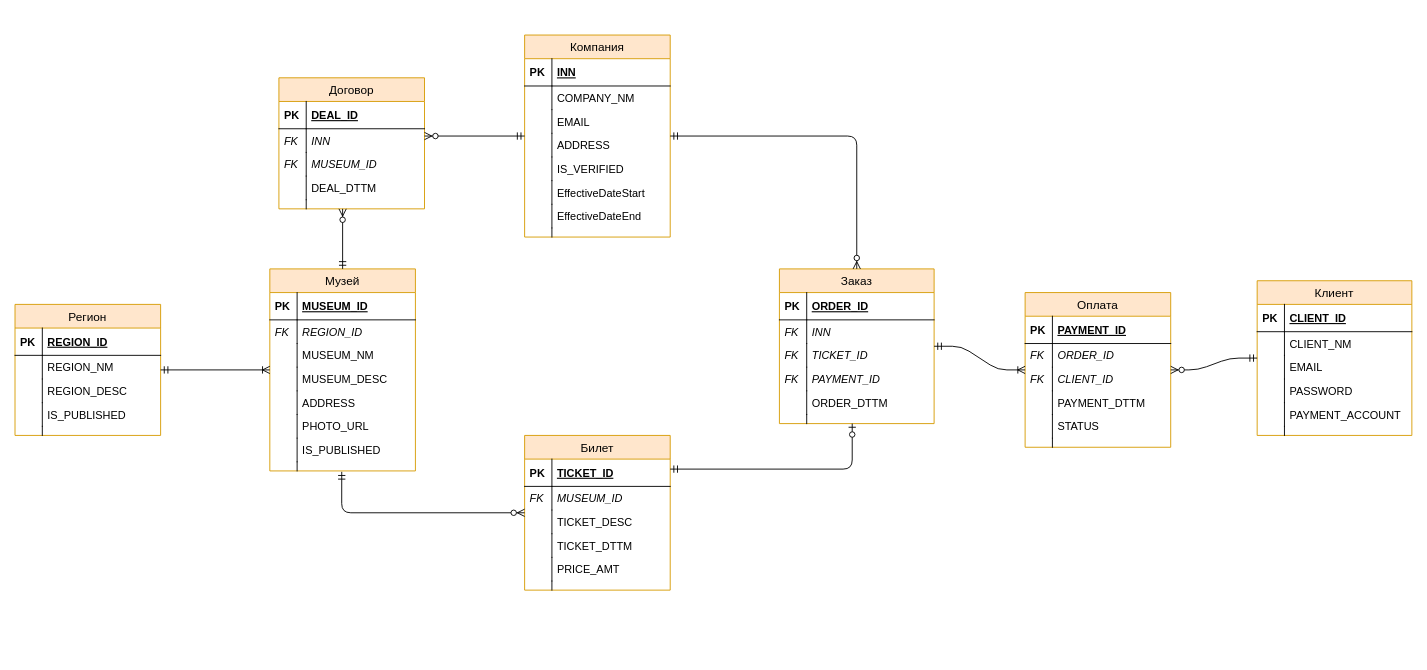
Above: LogicalModel.drawio in romanovsavelij/DatabaseCoursePractice (draw.io), before the change. Source tidied: cells renumbered, new cells numbered last; positions are measured from the earlier drawing's top-left corner, leaving out a move shared by most shapes. Both pictures are drawn from the tidied source at 91%, with x=0, y=0 at pixel (15, 35).
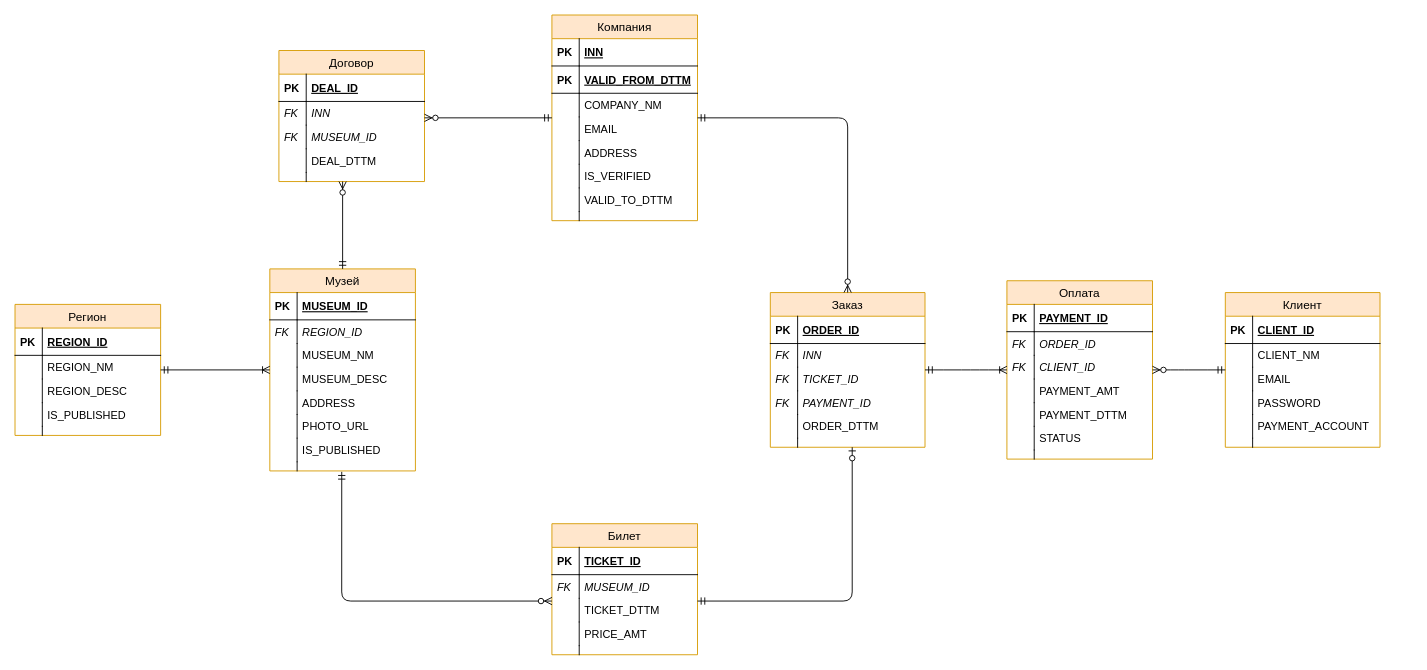
After the change.

The change refers to these unchanged cells:
```xml
<mxCell id="28" style="shape=partialRectangle;top=0;left=0;right=0;bottom=0;align=left;verticalAlign=top;fillColor=none;spacingLeft=34;spacingRight=4;overflow=hidden;points=[[0,0.5],[1,0.5]];portConstraint=eastwest;" parent="13" vertex="1">
  <mxGeometry y="212" width="160" height="10" as="geometry" />
</mxCell>
```

What changed in the source:
```diff
@@
     <mxCell id="31" value="Билет" style="swimlane;fontStyle=0;horizontal=1;startSize=26;fillColor=#ffe6cc;swimlaneFillColor=#ffffff;align=center;strokeWidth=1;fontSize=13;strokeColor=#d79b00;" parent="1" vertex="1">
-      <mxGeometry x="560" y="440" width="160" height="170" as="geometry" />
+      <mxGeometry x="590" y="537" width="160" height="144" as="geometry" />
     </mxCell>
@@
-    <mxCell id="36" value="TICKET_DESC" style="shape=partialRectangle;top=0;left=0;right=0;bottom=0;align=left;verticalAlign=top;fillColor=none;spacingLeft=34;spacingRight=4;overflow=hidden;" parent="31" vertex="1">
-      <mxGeometry y="82" width="160" height="26" as="geometry" />
-    </mxCell>
-    <mxCell id="37" style="shape=partialRectangle;top=0;left=0;bottom=0;fillColor=none;align=left;verticalAlign=top;spacingLeft=4;spacingRight=4;overflow=hidden;" parent="36" vertex="1">
-      <mxGeometry width="30" height="26" as="geometry" />
-    </mxCell>
     <mxCell id="38" value="TICKET_DTTM" style="shape=partialRectangle;top=0;left=0;right=0;bottom=0;align=left;verticalAlign=top;fillColor=none;spacingLeft=34;spacingRight=4;overflow=hidden;" parent="31" vertex="1">
-      <mxGeometry y="108" width="160" height="26" as="geometry" />
+      <mxGeometry y="82" width="160" height="26" as="geometry" />
     </mxCell>
@@
     <mxCell id="40" value="PRICE_AMT" style="shape=partialRectangle;top=0;left=0;right=0;bottom=0;align=left;verticalAlign=top;fillColor=none;spacingLeft=34;spacingRight=4;overflow=hidden;" parent="31" vertex="1">
-      <mxGeometry y="134" width="160" height="26" as="geometry" />
+      <mxGeometry y="108" width="160" height="26" as="geometry" />
     </mxCell>
@@
     <mxCell id="42" style="shape=partialRectangle;top=0;left=0;right=0;bottom=0;align=left;verticalAlign=top;fillColor=none;spacingLeft=34;spacingRight=4;overflow=hidden;" parent="31" vertex="1">
-      <mxGeometry y="160" width="160" height="10" as="geometry" />
+      <mxGeometry y="134" width="160" height="10" as="geometry" />
     </mxCell>
@@
     <mxCell id="44" value="Компания" style="swimlane;fontStyle=0;horizontal=1;startSize=26;fillColor=#ffe6cc;swimlaneFillColor=#ffffff;align=center;strokeWidth=1;fontSize=13;strokeColor=#d79b00;" parent="1" vertex="1">
-      <mxGeometry x="560" width="160" height="222" as="geometry" />
+      <mxGeometry x="590" y="-22" width="160" height="226" as="geometry" />
     </mxCell>
@@
+    <mxCell id="118" value="VALID_FROM_DTTM" style="shape=partialRectangle;top=0;left=0;right=0;bottom=1;align=left;verticalAlign=middle;fillColor=none;spacingLeft=34;spacingRight=4;overflow=hidden;fontStyle=5;" parent="44" vertex="1">
+      <mxGeometry y="56" width="160" height="30" as="geometry" />
+    </mxCell>
+    <mxCell id="119" value="PK" style="shape=partialRectangle;top=0;left=0;bottom=0;fillColor=none;align=left;verticalAlign=middle;spacingLeft=4;spacingRight=4;overflow=hidden;fontStyle=1;" parent="118" vertex="1">
+      <mxGeometry width="30" height="30" as="geometry" />
+    </mxCell>
     <mxCell id="47" value="COMPANY_NM" style="shape=partialRectangle;top=0;left=0;right=0;bottom=0;align=left;verticalAlign=top;fillColor=none;spacingLeft=34;spacingRight=4;overflow=hidden;" parent="44" vertex="1">
-      <mxGeometry y="56" width="160" height="26" as="geometry" />
+      <mxGeometry y="86" width="160" height="26" as="geometry" />
     </mxCell>
@@
     <mxCell id="49" value="EMAIL" style="shape=partialRectangle;top=0;left=0;right=0;bottom=0;align=left;verticalAlign=top;fillColor=none;spacingLeft=34;spacingRight=4;overflow=hidden;" parent="44" vertex="1">
-      <mxGeometry y="82" width="160" height="26" as="geometry" />
+      <mxGeometry y="112" width="160" height="26" as="geometry" />
     </mxCell>
@@
     <mxCell id="51" value="ADDRESS" style="shape=partialRectangle;top=0;left=0;right=0;bottom=0;align=left;verticalAlign=top;fillColor=none;spacingLeft=34;spacingRight=4;overflow=hidden;" parent="44" vertex="1">
-      <mxGeometry y="108" width="160" height="26" as="geometry" />
+      <mxGeometry y="138" width="160" height="26" as="geometry" />
     </mxCell>
@@
     <mxCell id="53" value="IS_VERIFIED" style="shape=partialRectangle;top=0;left=0;right=0;bottom=0;align=left;verticalAlign=top;fillColor=none;spacingLeft=34;spacingRight=4;overflow=hidden;" parent="44" vertex="1">
-      <mxGeometry y="134" width="160" height="26" as="geometry" />
+      <mxGeometry y="164" width="160" height="26" as="geometry" />
     </mxCell>
@@
-    <mxCell id="55" value="EffectiveDateStart" style="shape=partialRectangle;top=0;left=0;right=0;bottom=0;align=left;verticalAlign=top;fillColor=none;spacingLeft=34;spacingRight=4;overflow=hidden;" parent="44" vertex="1">
-      <mxGeometry y="160" width="160" height="26" as="geometry" />
-    </mxCell>
-    <mxCell id="56" style="shape=partialRectangle;top=0;left=0;bottom=0;fillColor=none;align=left;verticalAlign=top;spacingLeft=4;spacingRight=4;overflow=hidden;" parent="55" vertex="1">
-      <mxGeometry width="30" height="26" as="geometry" />
-    </mxCell>
-    <mxCell id="57" value="EffectiveDateEnd" style="shape=partialRectangle;top=0;left=0;right=0;bottom=0;align=left;verticalAlign=top;fillColor=none;spacingLeft=34;spacingRight=4;overflow=hidden;" parent="44" vertex="1">
-      <mxGeometry y="186" width="160" height="26" as="geometry" />
+    <mxCell id="57" value="VALID_TO_DTTM" style="shape=partialRectangle;top=0;left=0;right=0;bottom=0;align=left;verticalAlign=top;fillColor=none;spacingLeft=34;spacingRight=4;overflow=hidden;" parent="44" vertex="1">
+      <mxGeometry y="190" width="160" height="26" as="geometry" />
     </mxCell>
@@
     <mxCell id="59" style="shape=partialRectangle;top=0;left=0;right=0;bottom=0;align=left;verticalAlign=top;fillColor=none;spacingLeft=34;spacingRight=4;overflow=hidden;" parent="44" vertex="1">
-      <mxGeometry y="212" width="160" height="10" as="geometry" />
+      <mxGeometry y="216" width="160" height="10" as="geometry" />
     </mxCell>
@@
     <mxCell id="61" value="Заказ" style="swimlane;fontStyle=0;horizontal=1;startSize=26;fillColor=#ffe6cc;swimlaneFillColor=#ffffff;align=center;strokeWidth=1;fontSize=13;strokeColor=#d79b00;" parent="1" vertex="1">
-      <mxGeometry x="840" y="257" width="170" height="170" as="geometry" />
+      <mxGeometry x="830" y="283" width="170" height="170" as="geometry" />
     </mxCell>
@@
     <mxCell id="74" value="Клиент" style="swimlane;fontStyle=0;horizontal=1;startSize=26;fillColor=#ffe6cc;swimlaneFillColor=#ffffff;align=center;strokeWidth=1;fontSize=13;strokeColor=#d79b00;" parent="1" vertex="1">
-      <mxGeometry x="1365" y="270" width="170" height="170" as="geometry" />
+      <mxGeometry x="1330" y="283" width="170" height="170" as="geometry" />
     </mxCell>
@@
     <mxCell id="87" style="edgeStyle=orthogonalEdgeStyle;fontSize=12;html=1;endArrow=ERzeroToMany;startArrow=ERmandOne;exitX=0.494;exitY=1.1;exitDx=0;exitDy=0;exitPerimeter=0;" parent="1" edge="1" source="28" target="31">
-      <mxGeometry relative="1" as="geometry" />
+      <mxGeometry relative="1" as="geometry">
+        <Array as="points">
+          <mxPoint x="359" y="622" />
+        </Array>
+      </mxGeometry>
     </mxCell>
     <mxCell id="88" style="edgeStyle=orthogonalEdgeStyle;fontSize=12;html=1;endArrow=ERzeroToOne;startArrow=ERmandOne;" parent="1" edge="1" source="31" target="61">
       <mxGeometry relative="1" as="geometry">
         <Array as="points">
-          <mxPoint x="920" y="477" />
+          <mxPoint x="920" y="622" />
         </Array>
       </mxGeometry>
     </mxCell>
@@
     <mxCell id="90" value="Оплата" style="swimlane;fontStyle=0;horizontal=1;startSize=26;fillColor=#ffe6cc;swimlaneFillColor=#ffffff;align=center;strokeWidth=1;fontSize=13;strokeColor=#d79b00;" parent="1" vertex="1">
-      <mxGeometry x="1110" y="283" width="160" height="170" as="geometry" />
+      <mxGeometry x="1090" y="270" width="160" height="196" as="geometry" />
     </mxCell>
@@
+    <mxCell id="120" value="PAYMENT_AMT" style="shape=partialRectangle;top=0;left=0;right=0;bottom=0;align=left;verticalAlign=top;fillColor=none;spacingLeft=34;spacingRight=4;overflow=hidden;" parent="90" vertex="1">
+      <mxGeometry y="108" width="160" height="26" as="geometry" />
+    </mxCell>
+    <mxCell id="121" style="shape=partialRectangle;top=0;left=0;bottom=0;fillColor=none;align=left;verticalAlign=top;spacingLeft=4;spacingRight=4;overflow=hidden;" parent="120" vertex="1">
+      <mxGeometry width="30" height="26" as="geometry" />
+    </mxCell>
     <mxCell id="97" value="PAYMENT_DTTM&#10;" style="shape=partialRectangle;top=0;left=0;right=0;bottom=0;align=left;verticalAlign=top;fillColor=none;spacingLeft=34;spacingRight=4;overflow=hidden;" parent="90" vertex="1">
-      <mxGeometry y="108" width="160" height="26" as="geometry" />
+      <mxGeometry y="134" width="160" height="26" as="geometry" />
     </mxCell>
@@
     <mxCell id="99" value="STATUS" style="shape=partialRectangle;top=0;left=0;right=0;bottom=0;align=left;verticalAlign=top;fillColor=none;spacingLeft=34;spacingRight=4;overflow=hidden;" parent="90" vertex="1">
-      <mxGeometry y="134" width="160" height="26" as="geometry" />
+      <mxGeometry y="160" width="160" height="26" as="geometry" />
     </mxCell>
@@
     <mxCell id="101" style="shape=partialRectangle;top=0;left=0;right=0;bottom=0;align=left;verticalAlign=top;fillColor=none;spacingLeft=34;spacingRight=4;overflow=hidden;" parent="90" vertex="1">
-      <mxGeometry y="160" width="160" height="10" as="geometry" />
+      <mxGeometry y="186" width="160" height="10" as="geometry" />
     </mxCell>
@@
     <mxCell id="105" value="Договор" style="swimlane;fontStyle=0;horizontal=1;startSize=26;fillColor=#ffe6cc;swimlaneFillColor=#ffffff;align=center;strokeWidth=1;fontSize=13;strokeColor=#d79b00;" parent="1" vertex="1">
-      <mxGeometry x="290" y="47" width="160" height="144" as="geometry" />
+      <mxGeometry x="290" y="17" width="160" height="144" as="geometry" />
     </mxCell>
```
